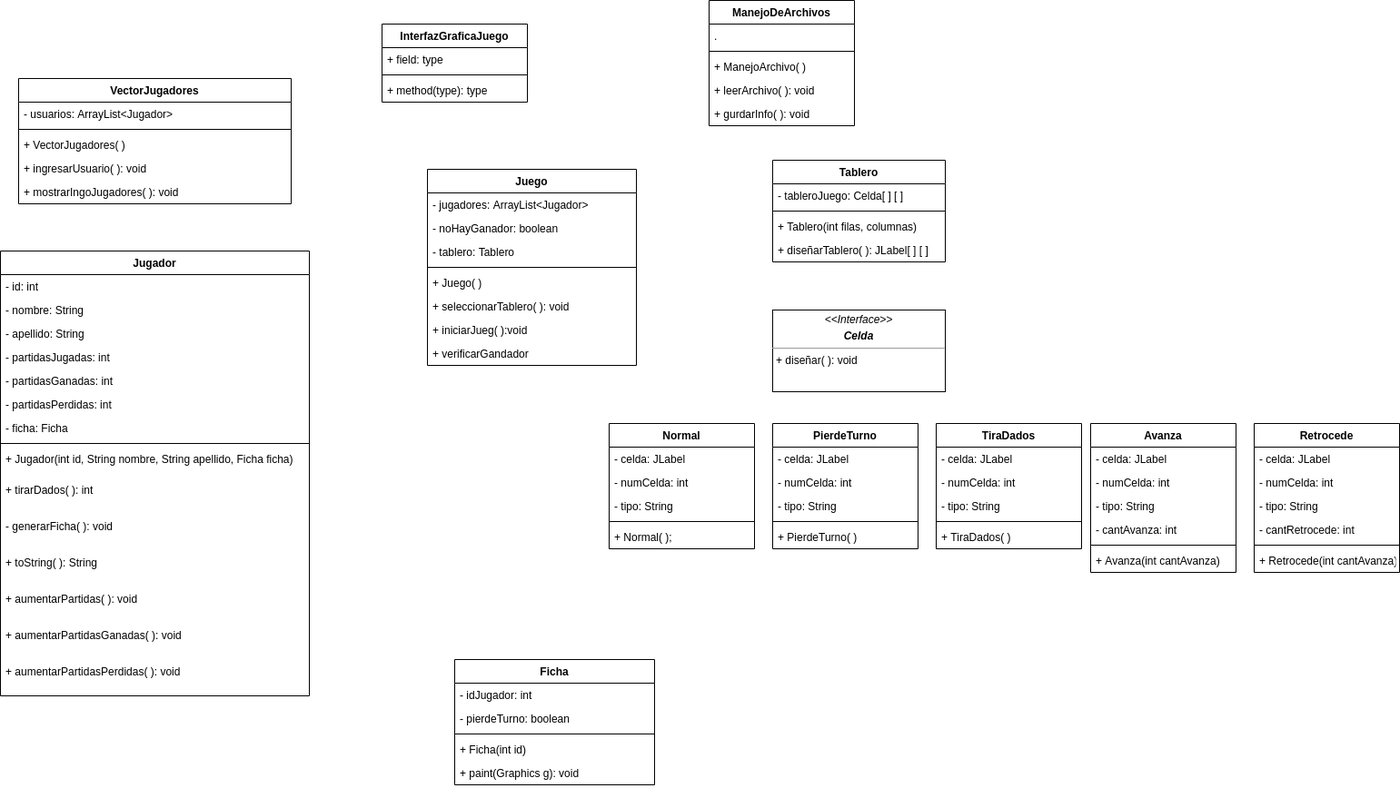
Earlier version of the draw.io export Proyecto Final.png (Pabloluis10/Escaleras-y-Serpientes). Source tidied: cells renumbered, new cells last; positions are measured from the earlier drawing's top-left corner, leaving out a move shared by most shapes.
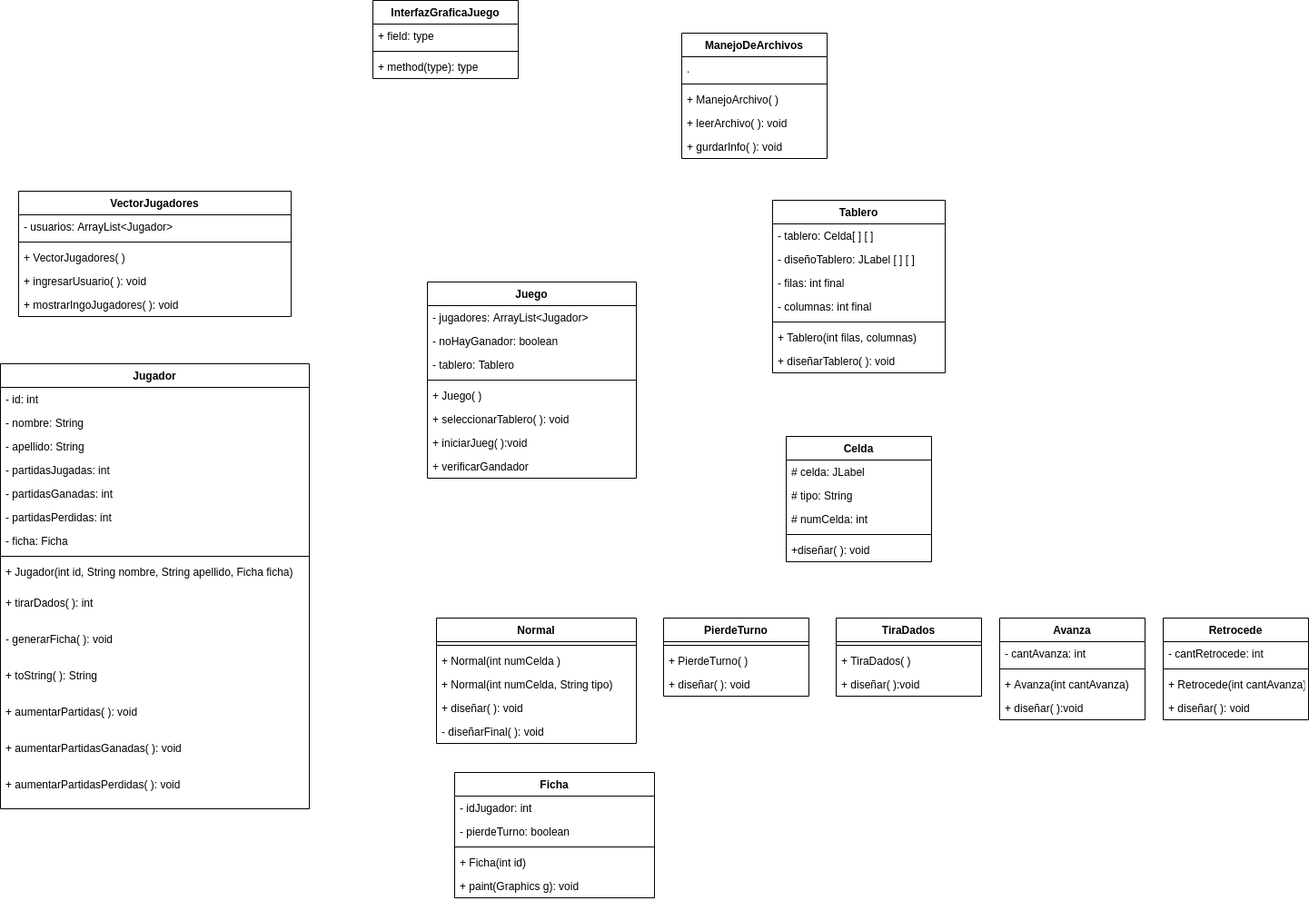
After the change.

Commit message:
En Tablero.java agregue el petodo diseñarTablero y en FichaJugador agregue el atributo posActual

The edit, as a diff of the source:
```diff
@@ -69,19 +69,28 @@
       <mxGeometry y="112" width="220" height="26" as="geometry" />
     </mxCell>
     <mxCell id="24" value="Tablero" style="swimlane;fontStyle=1;align=center;verticalAlign=top;horizontal=1;startSize=26;" parent="1" vertex="1">
-      <mxGeometry x="850" y="176" width="190" height="112" as="geometry" />
+      <mxGeometry x="850" y="96" width="190" height="190" as="geometry" />
     </mxCell>
+    <mxCell id="87" value="- tablero: Celda[ ] [ ]" style="text;strokeColor=none;fillColor=none;align=left;verticalAlign=top;spacingLeft=4;spacingRight=4;overflow=hidden;" parent="24" vertex="1">
+      <mxGeometry y="26" width="190" height="26" as="geometry" />
+    </mxCell>
+    <mxCell id="88" value="- diseñoTablero: JLabel [ ] [ ]" style="text;strokeColor=none;fillColor=none;align=left;verticalAlign=top;spacingLeft=4;spacingRight=4;overflow=hidden;" parent="24" vertex="1">
+      <mxGeometry y="52" width="190" height="26" as="geometry" />
+    </mxCell>
+    <mxCell id="89" value="- filas: int final" style="text;strokeColor=none;fillColor=none;align=left;verticalAlign=top;spacingLeft=4;spacingRight=4;overflow=hidden;" parent="24" vertex="1">
+      <mxGeometry y="78" width="190" height="26" as="geometry" />
+    </mxCell>
-    <mxCell id="25" value="- tableroJuego: Celda[ ] [ ]" style="text;strokeColor=none;fillColor=none;align=left;verticalAlign=top;spacingLeft=4;spacingRight=4;overflow=hidden;" parent="24" vertex="1">
-      <mxGeometry y="26" width="190" height="26" as="geometry" />
+    <mxCell id="25" value="- columnas: int final" style="text;strokeColor=none;fillColor=none;align=left;verticalAlign=top;spacingLeft=4;spacingRight=4;overflow=hidden;" parent="24" vertex="1">
+      <mxGeometry y="104" width="190" height="26" as="geometry" />
     </mxCell>
     <mxCell id="26" style="line;strokeWidth=1;fillColor=none;align=left;verticalAlign=middle;spacingTop=-1;spacingLeft=3;spacingRight=3;labelPosition=right;" parent="24" vertex="1">
-      <mxGeometry y="52" width="190" height="8" as="geometry" />
+      <mxGeometry y="130" width="190" height="8" as="geometry" />
     </mxCell>
     <mxCell id="27" value="+ Tablero(int filas, columnas)" style="text;strokeColor=none;fillColor=none;align=left;verticalAlign=top;spacingLeft=4;spacingRight=4;overflow=hidden;" parent="24" vertex="1">
-      <mxGeometry y="60" width="190" height="26" as="geometry" />
+      <mxGeometry y="138" width="190" height="26" as="geometry" />
     </mxCell>
-    <mxCell id="28" value="+ diseñarTablero( ): JLabel[ ] [ ]" style="text;strokeColor=none;fillColor=none;align=left;verticalAlign=top;spacingLeft=4;spacingRight=4;overflow=hidden;" parent="24" vertex="1">
-      <mxGeometry y="86" width="190" height="26" as="geometry" />
+    <mxCell id="28" value="+ diseñarTablero( ): void" style="text;strokeColor=none;fillColor=none;align=left;verticalAlign=top;spacingLeft=4;spacingRight=4;overflow=hidden;" parent="24" vertex="1">
+      <mxGeometry y="164" width="190" height="26" as="geometry" />
     </mxCell>
     <mxCell id="29" value="VectorJugadores" style="swimlane;fontStyle=1;align=center;verticalAlign=top;horizontal=1;startSize=26;" parent="1" vertex="1">
       <mxGeometry x="20" y="86" width="300" height="138" as="geometry" />
@@ -129,7 +138,7 @@
       <mxGeometry y="190" width="230" height="26" as="geometry" />
     </mxCell>
     <mxCell id="44" value="InterfazGraficaJuego" style="swimlane;fontStyle=1;align=center;verticalAlign=top;horizontal=1;startSize=26;" parent="1" vertex="1">
-      <mxGeometry x="420" y="26" width="160" height="86" as="geometry" />
+      <mxGeometry x="410" y="-124" width="160" height="86" as="geometry" />
     </mxCell>
     <mxCell id="45" value="+ field: type" style="text;strokeColor=none;fillColor=none;align=left;verticalAlign=top;spacingLeft=4;spacingRight=4;overflow=hidden;" parent="44" vertex="1">
       <mxGeometry y="26" width="160" height="26" as="geometry" />
@@ -141,7 +150,7 @@
       <mxGeometry y="60" width="160" height="26" as="geometry" />
     </mxCell>
     <mxCell id="48" value="ManejoDeArchivos" style="swimlane;fontStyle=1;align=center;verticalAlign=top;horizontal=1;startSize=26;" parent="1" vertex="1">
-      <mxGeometry x="780" width="160" height="138" as="geometry" />
+      <mxGeometry x="750" y="-88" width="160" height="138" as="geometry" />
     </mxCell>
     <mxCell id="49" value="." style="text;strokeColor=none;fillColor=none;align=left;verticalAlign=top;spacingLeft=4;spacingRight=4;overflow=hidden;" parent="48" vertex="1">
       <mxGeometry y="26" width="160" height="26" as="geometry" />
@@ -158,104 +167,95 @@
     <mxCell id="53" value="+ gurdarInfo( ): void" style="text;strokeColor=none;fillColor=none;align=left;verticalAlign=top;spacingLeft=4;spacingRight=4;overflow=hidden;" parent="48" vertex="1">
       <mxGeometry y="112" width="160" height="26" as="geometry" />
     </mxCell>
-    <mxCell id="54" value="&lt;p style=&quot;margin: 0px ; margin-top: 4px ; text-align: center&quot;&gt;&lt;i&gt;&amp;lt;&amp;lt;Interface&amp;gt;&amp;gt;&lt;/i&gt;&lt;br&gt;&lt;/p&gt;&lt;p style=&quot;margin: 0px ; margin-top: 4px ; text-align: center&quot;&gt;&lt;i&gt;&lt;b&gt;Celda&lt;/b&gt;&lt;/i&gt;&lt;/p&gt;&lt;hr size=&quot;1&quot;&gt;&lt;p style=&quot;margin: 0px ; margin-left: 4px&quot;&gt;+ diseñar( ): void&lt;br&gt;&lt;/p&gt;" style="verticalAlign=top;align=left;overflow=fill;fontSize=12;fontFamily=Helvetica;html=1;" parent="1" vertex="1">
-      <mxGeometry x="850" y="341" width="190" height="90" as="geometry" />
-    </mxCell>
     <mxCell id="55" value="Normal" style="swimlane;fontStyle=1;align=center;verticalAlign=top;horizontal=1;startSize=26;" parent="1" vertex="1">
-      <mxGeometry x="670" y="466" width="160" height="138" as="geometry" />
+      <mxGeometry x="480" y="556" width="220" height="138" as="geometry" />
     </mxCell>
-    <mxCell id="56" value="- celda: JLabel" style="text;strokeColor=none;fillColor=none;align=left;verticalAlign=top;spacingLeft=4;spacingRight=4;overflow=hidden;" parent="55" vertex="1">
-      <mxGeometry y="26" width="160" height="26" as="geometry" />
-    </mxCell>
-    <mxCell id="57" value="- numCelda: int" style="text;strokeColor=none;fillColor=none;align=left;verticalAlign=top;spacingLeft=4;spacingRight=4;overflow=hidden;" parent="55" vertex="1">
-      <mxGeometry y="52" width="160" height="26" as="geometry" />
-    </mxCell>
-    <mxCell id="58" value="- tipo: String" style="text;strokeColor=none;fillColor=none;align=left;verticalAlign=top;spacingLeft=4;spacingRight=4;overflow=hidden;" parent="55" vertex="1">
-      <mxGeometry y="78" width="160" height="26" as="geometry" />
-    </mxCell>
     <mxCell id="59" style="line;strokeWidth=1;fillColor=none;align=left;verticalAlign=middle;spacingTop=-1;spacingLeft=3;spacingRight=3;labelPosition=right;" parent="55" vertex="1">
-      <mxGeometry y="104" width="160" height="8" as="geometry" />
+      <mxGeometry y="26" width="220" height="8" as="geometry" />
     </mxCell>
+    <mxCell id="90" value="+ Normal(int numCelda )" style="text;strokeColor=none;fillColor=none;align=left;verticalAlign=top;spacingLeft=4;spacingRight=4;overflow=hidden;" parent="55" vertex="1">
+      <mxGeometry y="34" width="220" height="26" as="geometry" />
+    </mxCell>
-    <mxCell id="60" value="+ Normal( );" style="text;strokeColor=none;fillColor=none;align=left;verticalAlign=top;spacingLeft=4;spacingRight=4;overflow=hidden;" parent="55" vertex="1">
-      <mxGeometry y="112" width="160" height="26" as="geometry" />
+    <mxCell id="60" value="+ Normal(int numCelda, String tipo)" style="text;strokeColor=none;fillColor=none;align=left;verticalAlign=top;spacingLeft=4;spacingRight=4;overflow=hidden;" parent="55" vertex="1">
+      <mxGeometry y="60" width="220" height="26" as="geometry" />
     </mxCell>
+    <mxCell id="91" value="+ diseñar( ): void" style="text;strokeColor=none;fillColor=none;align=left;verticalAlign=top;spacingLeft=4;spacingRight=4;overflow=hidden;" parent="55" vertex="1">
+      <mxGeometry y="86" width="220" height="26" as="geometry" />
+    </mxCell>
+    <mxCell id="92" value="- diseñarFinal( ): void" style="text;strokeColor=none;fillColor=none;align=left;verticalAlign=top;spacingLeft=4;spacingRight=4;overflow=hidden;" parent="55" vertex="1">
+      <mxGeometry y="112" width="220" height="26" as="geometry" />
+    </mxCell>
     <mxCell id="61" value="PierdeTurno" style="swimlane;fontStyle=1;align=center;verticalAlign=top;horizontal=1;startSize=26;" parent="1" vertex="1">
-      <mxGeometry x="850" y="466" width="160" height="138" as="geometry" />
+      <mxGeometry x="730" y="556" width="160" height="86" as="geometry" />
     </mxCell>
-    <mxCell id="62" value="- celda: JLabel" style="text;strokeColor=none;fillColor=none;align=left;verticalAlign=top;spacingLeft=4;spacingRight=4;overflow=hidden;" parent="61" vertex="1">
-      <mxGeometry y="26" width="160" height="26" as="geometry" />
-    </mxCell>
-    <mxCell id="63" value="- numCelda: int" style="text;strokeColor=none;fillColor=none;align=left;verticalAlign=top;spacingLeft=4;spacingRight=4;overflow=hidden;" parent="61" vertex="1">
-      <mxGeometry y="52" width="160" height="26" as="geometry" />
-    </mxCell>
-    <mxCell id="64" value="- tipo: String" style="text;strokeColor=none;fillColor=none;align=left;verticalAlign=top;spacingLeft=4;spacingRight=4;overflow=hidden;" parent="61" vertex="1">
-      <mxGeometry y="78" width="160" height="26" as="geometry" />
-    </mxCell>
     <mxCell id="65" style="line;strokeWidth=1;fillColor=none;align=left;verticalAlign=middle;spacingTop=-1;spacingLeft=3;spacingRight=3;labelPosition=right;" parent="61" vertex="1">
-      <mxGeometry y="104" width="160" height="8" as="geometry" />
+      <mxGeometry y="26" width="160" height="8" as="geometry" />
     </mxCell>
     <mxCell id="66" value="+ PierdeTurno( )" style="text;strokeColor=none;fillColor=none;align=left;verticalAlign=top;spacingLeft=4;spacingRight=4;overflow=hidden;" parent="61" vertex="1">
-      <mxGeometry y="112" width="160" height="26" as="geometry" />
+      <mxGeometry y="34" width="160" height="26" as="geometry" />
     </mxCell>
+    <mxCell id="93" value="+ diseñar( ): void" style="text;strokeColor=none;fillColor=none;align=left;verticalAlign=top;spacingLeft=4;spacingRight=4;overflow=hidden;" parent="61" vertex="1">
+      <mxGeometry y="60" width="160" height="26" as="geometry" />
+    </mxCell>
     <mxCell id="67" value="TiraDados" style="swimlane;fontStyle=1;align=center;verticalAlign=top;horizontal=1;startSize=26;" parent="1" vertex="1">
-      <mxGeometry x="1030" y="466" width="160" height="138" as="geometry" />
+      <mxGeometry x="920" y="556" width="160" height="86" as="geometry" />
     </mxCell>
-    <mxCell id="68" value="- celda: JLabel" style="text;strokeColor=none;fillColor=none;align=left;verticalAlign=top;spacingLeft=4;spacingRight=4;overflow=hidden;" parent="67" vertex="1">
-      <mxGeometry y="26" width="160" height="26" as="geometry" />
-    </mxCell>
-    <mxCell id="69" value="- numCelda: int" style="text;strokeColor=none;fillColor=none;align=left;verticalAlign=top;spacingLeft=4;spacingRight=4;overflow=hidden;" parent="67" vertex="1">
-      <mxGeometry y="52" width="160" height="26" as="geometry" />
-    </mxCell>
-    <mxCell id="70" value="- tipo: String" style="text;strokeColor=none;fillColor=none;align=left;verticalAlign=top;spacingLeft=4;spacingRight=4;overflow=hidden;" parent="67" vertex="1">
-      <mxGeometry y="78" width="160" height="26" as="geometry" />
-    </mxCell>
     <mxCell id="71" style="line;strokeWidth=1;fillColor=none;align=left;verticalAlign=middle;spacingTop=-1;spacingLeft=3;spacingRight=3;labelPosition=right;" parent="67" vertex="1">
-      <mxGeometry y="104" width="160" height="8" as="geometry" />
+      <mxGeometry y="26" width="160" height="8" as="geometry" />
     </mxCell>
     <mxCell id="72" value="+ TiraDados( )" style="text;strokeColor=none;fillColor=none;align=left;verticalAlign=top;spacingLeft=4;spacingRight=4;overflow=hidden;" parent="67" vertex="1">
-      <mxGeometry y="112" width="160" height="26" as="geometry" />
+      <mxGeometry y="34" width="160" height="26" as="geometry" />
     </mxCell>
+    <mxCell id="94" value="+ diseñar( ):void" style="text;strokeColor=none;fillColor=none;align=left;verticalAlign=top;spacingLeft=4;spacingRight=4;overflow=hidden;" parent="67" vertex="1">
+      <mxGeometry y="60" width="160" height="26" as="geometry" />
+    </mxCell>
     <mxCell id="73" value="Avanza" style="swimlane;fontStyle=1;align=center;verticalAlign=top;horizontal=1;startSize=26;" parent="1" vertex="1">
-      <mxGeometry x="1200" y="466" width="160" height="164" as="geometry" />
+      <mxGeometry x="1100" y="556" width="160" height="112" as="geometry" />
     </mxCell>
-    <mxCell id="74" value="- celda: JLabel" style="text;strokeColor=none;fillColor=none;align=left;verticalAlign=top;spacingLeft=4;spacingRight=4;overflow=hidden;" parent="73" vertex="1">
-      <mxGeometry y="26" width="160" height="26" as="geometry" />
-    </mxCell>
-    <mxCell id="75" value="- numCelda: int" style="text;strokeColor=none;fillColor=none;align=left;verticalAlign=top;spacingLeft=4;spacingRight=4;overflow=hidden;" parent="73" vertex="1">
-      <mxGeometry y="52" width="160" height="26" as="geometry" />
-    </mxCell>
-    <mxCell id="76" value="- tipo: String" style="text;strokeColor=none;fillColor=none;align=left;verticalAlign=top;spacingLeft=4;spacingRight=4;overflow=hidden;" parent="73" vertex="1">
-      <mxGeometry y="78" width="160" height="26" as="geometry" />
-    </mxCell>
     <mxCell id="77" value="- cantAvanza: int" style="text;strokeColor=none;fillColor=none;align=left;verticalAlign=top;spacingLeft=4;spacingRight=4;overflow=hidden;" parent="73" vertex="1">
-      <mxGeometry y="104" width="160" height="26" as="geometry" />
+      <mxGeometry y="26" width="160" height="26" as="geometry" />
     </mxCell>
     <mxCell id="78" style="line;strokeWidth=1;fillColor=none;align=left;verticalAlign=middle;spacingTop=-1;spacingLeft=3;spacingRight=3;labelPosition=right;" parent="73" vertex="1">
-      <mxGeometry y="130" width="160" height="8" as="geometry" />
+      <mxGeometry y="52" width="160" height="8" as="geometry" />
     </mxCell>
     <mxCell id="79" value="+ Avanza(int cantAvanza)" style="text;strokeColor=none;fillColor=none;align=left;verticalAlign=top;spacingLeft=4;spacingRight=4;overflow=hidden;" parent="73" vertex="1">
-      <mxGeometry y="138" width="160" height="26" as="geometry" />
+      <mxGeometry y="60" width="160" height="26" as="geometry" />
     </mxCell>
+    <mxCell id="95" value="+ diseñar( ):void" style="text;strokeColor=none;fillColor=none;align=left;verticalAlign=top;spacingLeft=4;spacingRight=4;overflow=hidden;" parent="73" vertex="1">
+      <mxGeometry y="86" width="160" height="26" as="geometry" />
+    </mxCell>
     <mxCell id="80" value="Retrocede" style="swimlane;fontStyle=1;align=center;verticalAlign=top;horizontal=1;startSize=26;" parent="1" vertex="1">
-      <mxGeometry x="1380" y="466" width="160" height="164" as="geometry" />
+      <mxGeometry x="1280" y="556" width="160" height="112" as="geometry" />
     </mxCell>
-    <mxCell id="81" value="- celda: JLabel" style="text;strokeColor=none;fillColor=none;align=left;verticalAlign=top;spacingLeft=4;spacingRight=4;overflow=hidden;" parent="80" vertex="1">
-      <mxGeometry y="26" width="160" height="26" as="geometry" />
-    </mxCell>
-    <mxCell id="82" value="- numCelda: int" style="text;strokeColor=none;fillColor=none;align=left;verticalAlign=top;spacingLeft=4;spacingRight=4;overflow=hidden;" parent="80" vertex="1">
-      <mxGeometry y="52" width="160" height="26" as="geometry" />
-    </mxCell>
-    <mxCell id="83" value="- tipo: String" style="text;strokeColor=none;fillColor=none;align=left;verticalAlign=top;spacingLeft=4;spacingRight=4;overflow=hidden;" parent="80" vertex="1">
-      <mxGeometry y="78" width="160" height="26" as="geometry" />
-    </mxCell>
     <mxCell id="84" value="- cantRetrocede: int" style="text;strokeColor=none;fillColor=none;align=left;verticalAlign=top;spacingLeft=4;spacingRight=4;overflow=hidden;" parent="80" vertex="1">
-      <mxGeometry y="104" width="160" height="26" as="geometry" />
+      <mxGeometry y="26" width="160" height="26" as="geometry" />
     </mxCell>
     <mxCell id="85" style="line;strokeWidth=1;fillColor=none;align=left;verticalAlign=middle;spacingTop=-1;spacingLeft=3;spacingRight=3;labelPosition=right;" parent="80" vertex="1">
-      <mxGeometry y="130" width="160" height="8" as="geometry" />
+      <mxGeometry y="52" width="160" height="8" as="geometry" />
     </mxCell>
     <mxCell id="86" value="+ Retrocede(int cantAvanza)" style="text;strokeColor=none;fillColor=none;align=left;verticalAlign=top;spacingLeft=4;spacingRight=4;overflow=hidden;" parent="80" vertex="1">
-      <mxGeometry y="138" width="160" height="26" as="geometry" />
+      <mxGeometry y="60" width="160" height="26" as="geometry" />
     </mxCell>
+    <mxCell id="96" value="+ diseñar( ): void" style="text;strokeColor=none;fillColor=none;align=left;verticalAlign=top;spacingLeft=4;spacingRight=4;overflow=hidden;" parent="80" vertex="1">
+      <mxGeometry y="86" width="160" height="26" as="geometry" />
+    </mxCell>
+    <mxCell id="97" value="Celda" style="swimlane;fontStyle=1;align=center;verticalAlign=top;horizontal=1;startSize=26;" parent="1" vertex="1">
+      <mxGeometry x="865" y="356" width="160" height="138" as="geometry" />
+    </mxCell>
+    <mxCell id="98" value="# celda: JLabel" style="text;strokeColor=none;fillColor=none;align=left;verticalAlign=top;spacingLeft=4;spacingRight=4;overflow=hidden;" parent="97" vertex="1">
+      <mxGeometry y="26" width="160" height="26" as="geometry" />
+    </mxCell>
+    <mxCell id="99" value="# tipo: String" style="text;strokeColor=none;fillColor=none;align=left;verticalAlign=top;spacingLeft=4;spacingRight=4;overflow=hidden;" parent="97" vertex="1">
+      <mxGeometry y="52" width="160" height="26" as="geometry" />
+    </mxCell>
+    <mxCell id="100" value="# numCelda: int" style="text;strokeColor=none;fillColor=none;align=left;verticalAlign=top;spacingLeft=4;spacingRight=4;overflow=hidden;" parent="97" vertex="1">
+      <mxGeometry y="78" width="160" height="26" as="geometry" />
+    </mxCell>
+    <mxCell id="101" style="line;strokeWidth=1;fillColor=none;align=left;verticalAlign=middle;spacingTop=-1;spacingLeft=3;spacingRight=3;labelPosition=right;" parent="97" vertex="1">
+      <mxGeometry y="104" width="160" height="8" as="geometry" />
+    </mxCell>
+    <mxCell id="102" value="+diseñar( ): void" style="text;strokeColor=none;fillColor=none;align=left;verticalAlign=top;spacingLeft=4;spacingRight=4;overflow=hidden;" parent="97" vertex="1">
+      <mxGeometry y="112" width="160" height="26" as="geometry" />
+    </mxCell>
   </root>
 </mxGraphModel>
```
